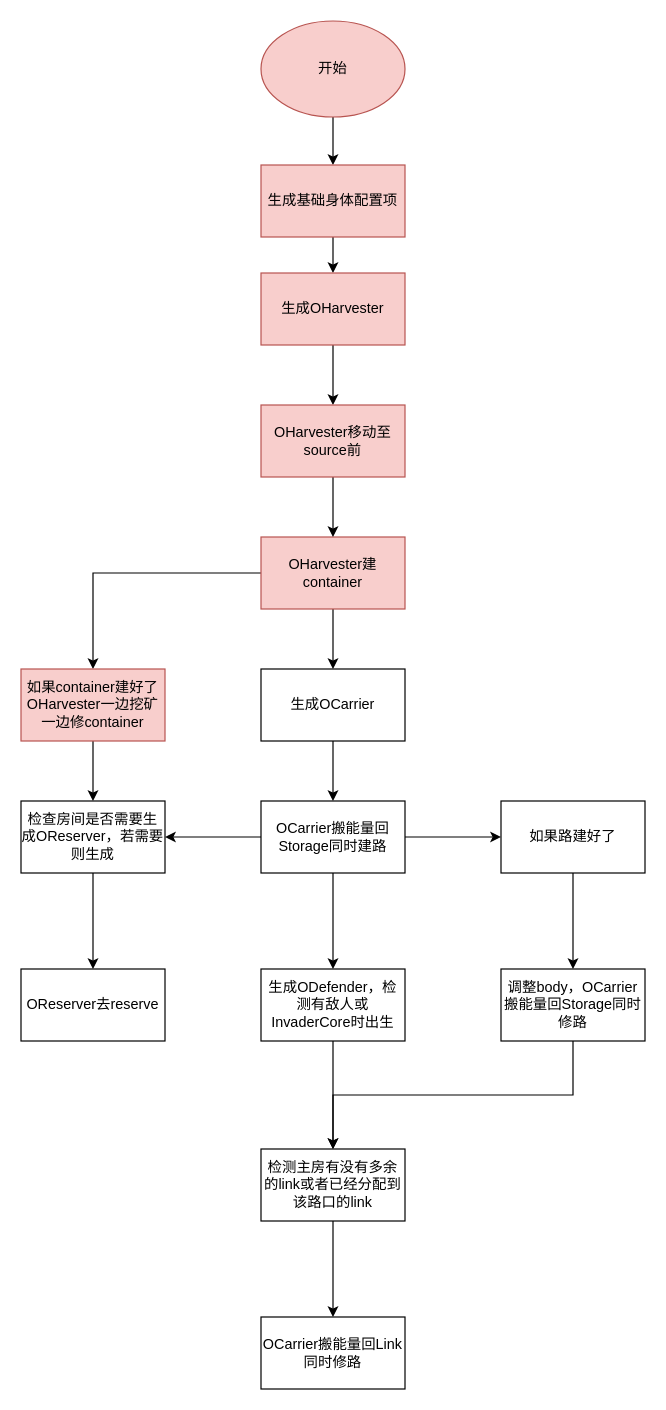
The draw.io diagram page "外矿任务项目" (2 of 3) of projectFlowChart/AIUreium/outwardsSource/index.drawio in Ureimu/manual-screeps, before the edit. Source tidied: cells renumbered, new cells numbered last; positions are measured from the earlier drawing's top-left corner, leaving out a move shared by most shapes. Both pictures are drawn from the tidied source at 120%, with x=0, y=0 at pixel (20, 20).
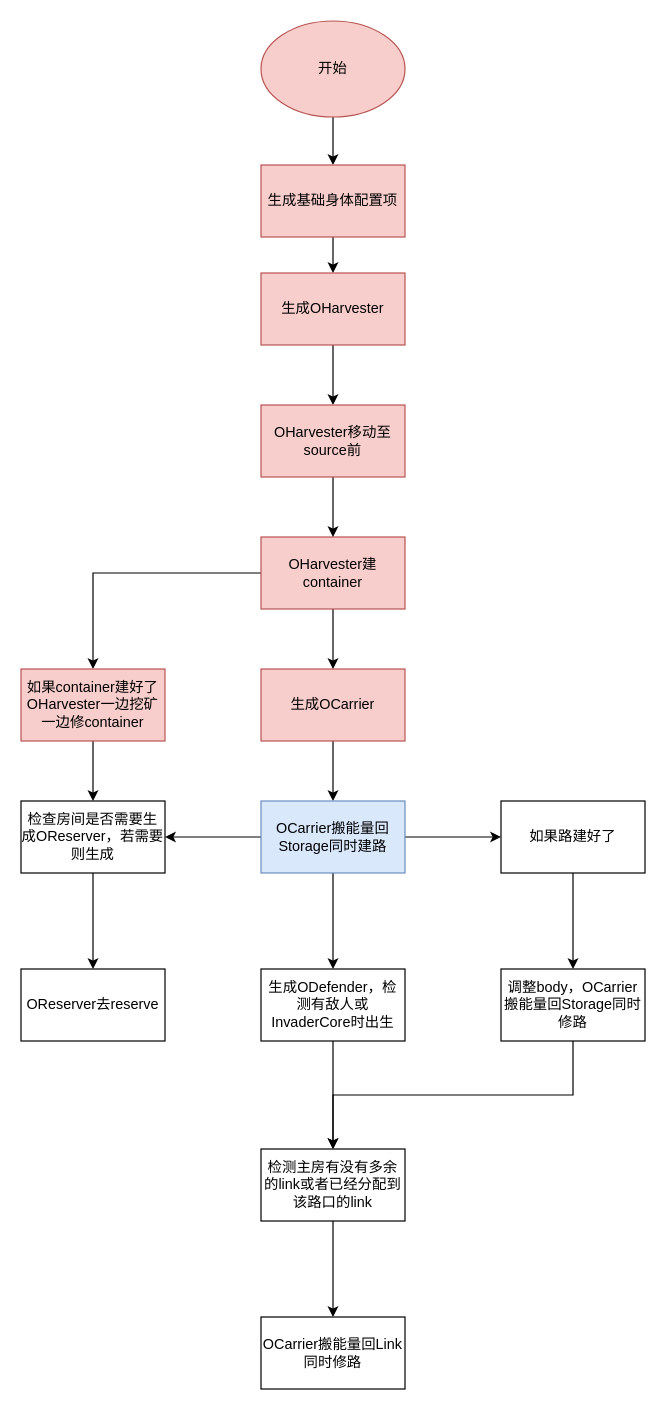
Above is the later version.

The edit, as a diff of the source:
```diff
@@
-    <mxCell id="9" value="生成OCarrier" style="rounded=0;whiteSpace=wrap;html=1;" parent="1" vertex="1">
+    <mxCell id="9" value="生成OCarrier" style="rounded=0;whiteSpace=wrap;html=1;fillColor=#f8cecc;strokeColor=#b85450;" parent="1" vertex="1">
       <mxGeometry x="200" y="540" width="120" height="60" as="geometry" />
     </mxCell>
@@
-    <mxCell id="13" value="OCarrier搬能量回Storage同时建路" style="rounded=0;whiteSpace=wrap;html=1;" parent="1" vertex="1">
+    <mxCell id="13" value="OCarrier搬能量回Storage同时建路" style="rounded=0;whiteSpace=wrap;html=1;fillColor=#dae8fc;strokeColor=#6c8ebf;" parent="1" vertex="1">
       <mxGeometry x="200" y="650" width="120" height="60" as="geometry" />
     </mxCell>
```
